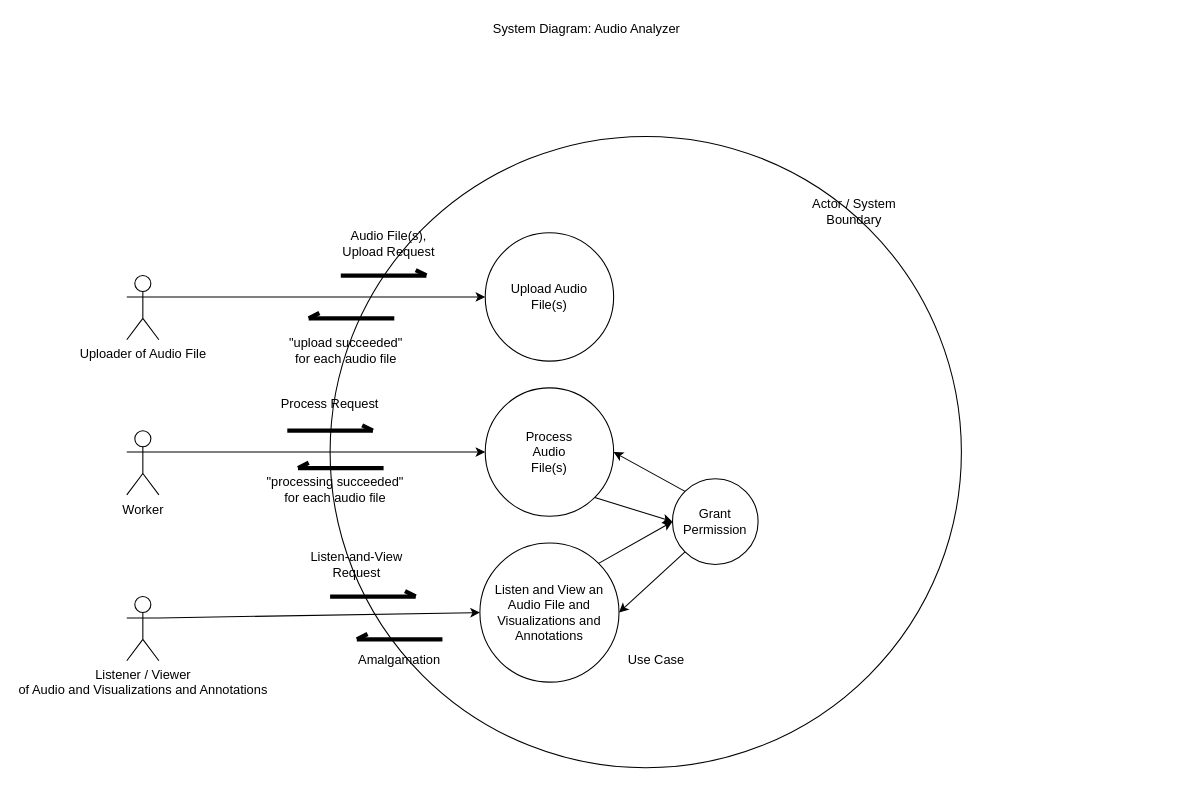
Above: System_Diagram--Audio_Analyzer.drawio in tslever/Audio_Analyzer (draw.io), before the change. Source tidied: cells renumbered, new cells numbered last; positions are measured from the earlier drawing's top-left corner, leaving out a move shared by most shapes. Both pictures are drawn from the tidied source at 107%, with x=0, y=0 at pixel (126, 18).
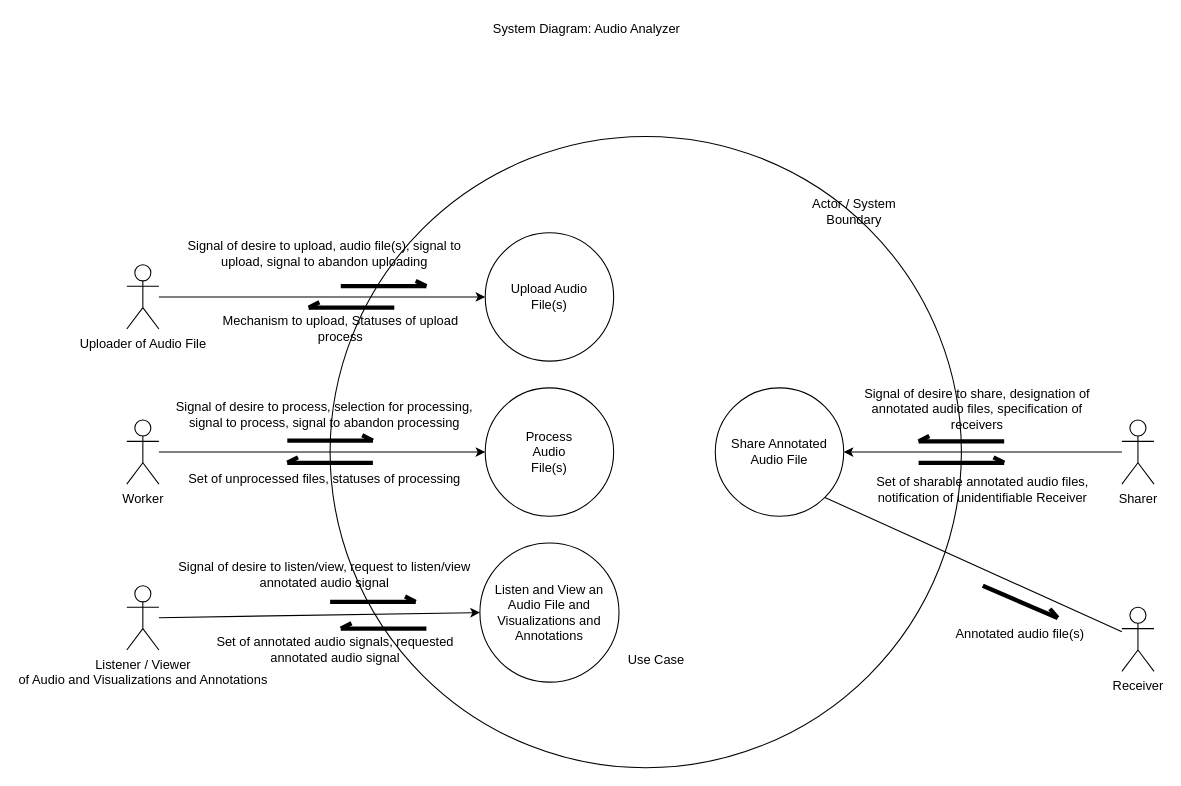
The same diagram, later.

Unchanged cells that the change refers to:
```xml
<mxCell id="9" style="ellipse;whiteSpace=wrap;html=1;" parent="1" vertex="1">
  <mxGeometry x="335" y="200" width="120" height="120" as="geometry" />
</mxCell>
<mxCell id="11" style="ellipse;whiteSpace=wrap;html=1;" parent="1" vertex="1">
  <mxGeometry x="330" y="490" width="130" height="130" as="geometry" />
</mxCell>
<mxCell id="25" style="ellipse;whiteSpace=wrap;html=1;" parent="1" vertex="1">
  <mxGeometry x="335" y="345" width="120" height="120" as="geometry" />
</mxCell>
```

The edit, as a diff of the source:
```diff
@@
     <mxCell id="4" value="Uploader of Audio File" style="shape=umlActor;verticalLabelPosition=bottom;verticalAlign=top;html=1;outlineConnect=0;" parent="1" vertex="1">
-      <mxGeometry y="240" width="30" height="60" as="geometry" />
+      <mxGeometry y="230" width="30" height="60" as="geometry" />
     </mxCell>
-    <mxCell id="5" style="endArrow=classic;html=1;entryX=0;entryY=0.5;entryDx=0;entryDy=0;exitX=1;exitY=0.3333333333333333;exitDx=0;exitDy=0;exitPerimeter=0;" parent="1" edge="1" source="4" target="9">
+    <mxCell id="5" style="endArrow=classic;html=1;entryX=0;entryY=0.5;entryDx=0;entryDy=0;" parent="1" edge="1" source="4" target="9">
       <mxGeometry relative="1" as="geometry" />
     </mxCell>
     <mxCell id="6" value="Listener / Viewer&lt;br&gt;of Audio and Visualizations and Annotations" style="shape=umlActor;verticalLabelPosition=bottom;verticalAlign=top;html=1;outlineConnect=0;" parent="1" vertex="1">
-      <mxGeometry y="540" width="30" height="60" as="geometry" />
+      <mxGeometry y="530" width="30" height="60" as="geometry" />
     </mxCell>
-    <mxCell id="7" style="endArrow=classic;html=1;exitX=1;exitY=0.3333333333333333;exitDx=0;exitDy=0;exitPerimeter=0;entryX=0;entryY=0.5;entryDx=0;entryDy=0;" parent="1" edge="1" source="6" target="11">
+    <mxCell id="7" style="endArrow=classic;html=1;entryX=0;entryY=0.5;entryDx=0;entryDy=0;" parent="1" edge="1" source="6" target="11">
       <mxGeometry relative="1" as="geometry" />
     </mxCell>
@@
-    <mxCell id="13" value="Audio File(s), Upload Request" style="text;html=1;strokeColor=none;fillColor=none;align=center;verticalAlign=middle;whiteSpace=wrap;rounded=0;" parent="1" vertex="1">
-      <mxGeometry x="200" y="200" width="90" height="20" as="geometry" />
+    <mxCell id="13" value="Signal of desire to upload, audio file(s), signal to upload, signal to abandon uploading" style="text;html=1;strokeColor=none;fillColor=none;align=center;verticalAlign=middle;whiteSpace=wrap;rounded=0;" parent="1" vertex="1">
+      <mxGeometry x="40" y="210" width="290" height="20" as="geometry" />
     </mxCell>
     <mxCell id="14" style="endArrow=openAsync;html=1;endFill=0;strokeWidth=4;" parent="1" edge="1">
       <mxGeometry relative="1" as="geometry">
-        <mxPoint x="200" y="240" as="sourcePoint" />
-        <mxPoint x="280" y="240" as="targetPoint" />
+        <mxPoint x="200" y="250" as="sourcePoint" />
+        <mxPoint x="280" y="250" as="targetPoint" />
       </mxGeometry>
     </mxCell>
     <mxCell id="15" style="endArrow=none;html=1;endFill=0;strokeWidth=4;startArrow=openAsync;startFill=0;" parent="1" edge="1">
       <mxGeometry relative="1" as="geometry">
-        <mxPoint x="170" y="280" as="sourcePoint" />
-        <mxPoint x="250" y="280" as="targetPoint" />
+        <mxPoint x="170" y="270" as="sourcePoint" />
+        <mxPoint x="250" y="270" as="targetPoint" />
       </mxGeometry>
     </mxCell>
-    <mxCell id="16" value="&quot;upload succeeded&quot; for each audio file" style="text;html=1;strokeColor=none;fillColor=none;align=center;verticalAlign=middle;whiteSpace=wrap;rounded=0;" parent="1" vertex="1">
-      <mxGeometry x="150" y="300" width="110" height="20" as="geometry" />
+    <mxCell id="16" value="Mechanism to upload, Statuses of upload process" style="text;html=1;strokeColor=none;fillColor=none;align=center;verticalAlign=middle;whiteSpace=wrap;rounded=0;" parent="1" vertex="1">
+      <mxGeometry x="70" y="280" width="260" height="20" as="geometry" />
     </mxCell>
     <mxCell id="17" style="endArrow=openAsync;html=1;endFill=0;strokeWidth=4;" parent="1" edge="1">
       <mxGeometry relative="1" as="geometry">
-        <mxPoint x="190" y="540" as="sourcePoint" />
-        <mxPoint x="270" y="540" as="targetPoint" />
+        <mxPoint x="190" y="545" as="sourcePoint" />
+        <mxPoint x="270" y="545" as="targetPoint" />
       </mxGeometry>
     </mxCell>
-    <mxCell id="18" value="Listen-and-View Request" style="text;html=1;strokeColor=none;fillColor=none;align=center;verticalAlign=middle;whiteSpace=wrap;rounded=0;" parent="1" vertex="1">
-      <mxGeometry x="170" y="500" width="90" height="20" as="geometry" />
+    <mxCell id="18" value="Signal of desire to listen/view, request to listen/view annotated audio signal" style="text;html=1;strokeColor=none;fillColor=none;align=center;verticalAlign=middle;whiteSpace=wrap;rounded=0;" parent="1" vertex="1">
+      <mxGeometry x="40" y="510" width="290" height="20" as="geometry" />
     </mxCell>
     <mxCell id="19" style="endArrow=none;html=1;endFill=0;strokeWidth=4;startArrow=openAsync;startFill=0;" parent="1" edge="1">
       <mxGeometry relative="1" as="geometry">
-        <mxPoint x="215" y="580" as="sourcePoint" />
-        <mxPoint x="295" y="580" as="targetPoint" />
+        <mxPoint x="200" y="570" as="sourcePoint" />
+        <mxPoint x="280" y="570" as="targetPoint" />
       </mxGeometry>
     </mxCell>
-    <mxCell id="20" value="Amalgamation" style="text;html=1;strokeColor=none;fillColor=none;align=center;verticalAlign=middle;whiteSpace=wrap;rounded=0;" parent="1" vertex="1">
-      <mxGeometry x="210" y="590" width="90" height="20" as="geometry" />
+    <mxCell id="20" value="Set of annotated audio signals, requested annotated audio signal" style="text;html=1;strokeColor=none;fillColor=none;align=center;verticalAlign=middle;whiteSpace=wrap;rounded=0;" parent="1" vertex="1">
+      <mxGeometry x="60" y="580" width="270" height="20" as="geometry" />
     </mxCell>
@@
-    <mxCell id="22" style="ellipse;whiteSpace=wrap;html=1;" parent="1" vertex="1">
-      <mxGeometry x="510" y="430" width="80" height="80" as="geometry" />
-    </mxCell>
-    <mxCell id="23" value="Grant Permission" style="text;html=1;strokeColor=none;fillColor=none;align=center;verticalAlign=middle;whiteSpace=wrap;rounded=0;" parent="1" vertex="1">
-      <mxGeometry x="530" y="460" width="40" height="20" as="geometry" />
-    </mxCell>
     <mxCell id="24" value="Worker" style="shape=umlActor;verticalLabelPosition=bottom;verticalAlign=top;html=1;outlineConnect=0;" parent="1" vertex="1">
-      <mxGeometry y="385" width="30" height="60" as="geometry" />
+      <mxGeometry y="375" width="30" height="60" as="geometry" />
     </mxCell>
@@
-    <mxCell id="26" style="endArrow=classic;html=1;exitX=1;exitY=0.3333333333333333;exitDx=0;exitDy=0;exitPerimeter=0;entryX=0;entryY=0.5;entryDx=0;entryDy=0;" parent="1" edge="1" source="24" target="25">
+    <mxCell id="26" style="endArrow=classic;html=1;entryX=0;entryY=0.5;entryDx=0;entryDy=0;" parent="1" edge="1" source="24" target="25">
       <mxGeometry relative="1" as="geometry" />
     </mxCell>
     <mxCell id="27" style="endArrow=openAsync;html=1;endFill=0;strokeWidth=4;" parent="1" edge="1">
       <mxGeometry relative="1" as="geometry">
-        <mxPoint x="150" y="385" as="sourcePoint" />
-        <mxPoint x="230" y="385" as="targetPoint" />
+        <mxPoint x="150" y="394.3" as="sourcePoint" />
+        <mxPoint x="230" y="394.3" as="targetPoint" />
       </mxGeometry>
     </mxCell>
-    <mxCell id="28" value="Process Request" style="text;html=1;strokeColor=none;fillColor=none;align=center;verticalAlign=middle;whiteSpace=wrap;rounded=0;" parent="1" vertex="1">
-      <mxGeometry x="140" y="350" width="100" height="20" as="geometry" />
+    <mxCell id="28" value="Signal of desire to process, selection for processing, signal to process, signal to abandon processing" style="text;html=1;strokeColor=none;fillColor=none;align=center;verticalAlign=middle;whiteSpace=wrap;rounded=0;" parent="1" vertex="1">
+      <mxGeometry x="40" y="360" width="290" height="20" as="geometry" />
     </mxCell>
     <mxCell id="29" style="endArrow=none;html=1;endFill=0;strokeWidth=4;startArrow=openAsync;startFill=0;" parent="1" edge="1">
       <mxGeometry relative="1" as="geometry">
-        <mxPoint x="160" y="420" as="sourcePoint" />
-        <mxPoint x="240" y="420" as="targetPoint" />
+        <mxPoint x="150" y="415" as="sourcePoint" />
+        <mxPoint x="230" y="415" as="targetPoint" />
       </mxGeometry>
     </mxCell>
-    <mxCell id="30" value="&quot;processing succeeded&quot; for each audio file" style="text;html=1;strokeColor=none;fillColor=none;align=center;verticalAlign=middle;whiteSpace=wrap;rounded=0;" parent="1" vertex="1">
-      <mxGeometry x="130" y="430" width="130" height="20" as="geometry" />
+    <mxCell id="30" value="Set of unprocessed files, statuses of processing" style="text;html=1;strokeColor=none;fillColor=none;align=center;verticalAlign=middle;whiteSpace=wrap;rounded=0;" parent="1" vertex="1">
+      <mxGeometry x="40" y="420" width="290" height="20" as="geometry" />
     </mxCell>
@@
-    <mxCell id="32" style="endArrow=classic;html=1;exitX=1;exitY=1;exitDx=0;exitDy=0;entryX=0;entryY=0.5;entryDx=0;entryDy=0;" parent="1" edge="1" source="25" target="22">
-      <mxGeometry relative="1" as="geometry" />
-    </mxCell>
-    <mxCell id="33" style="endArrow=classic;html=1;entryX=1;entryY=0.5;entryDx=0;entryDy=0;exitX=0;exitY=0;exitDx=0;exitDy=0;" parent="1" edge="1" source="22" target="25">
-      <mxGeometry relative="1" as="geometry" />
-    </mxCell>
-    <mxCell id="34" style="endArrow=classic;html=1;entryX=0;entryY=0.5;entryDx=0;entryDy=0;exitX=1;exitY=0;exitDx=0;exitDy=0;" parent="1" edge="1" source="11" target="22">
-      <mxGeometry relative="1" as="geometry" />
-    </mxCell>
-    <mxCell id="35" style="endArrow=classic;html=1;exitX=0;exitY=1;exitDx=0;exitDy=0;entryX=1;entryY=0.5;entryDx=0;entryDy=0;" parent="1" edge="1" source="22" target="11">
-      <mxGeometry relative="1" as="geometry" />
-    </mxCell>
+    <mxCell id="36" value="Sharer" style="shape=umlActor;verticalLabelPosition=bottom;verticalAlign=top;html=1;outlineConnect=0;" parent="1" vertex="1">
+      <mxGeometry x="930" y="375" width="30" height="60" as="geometry" />
+    </mxCell>
+    <mxCell id="37" style="ellipse;whiteSpace=wrap;html=1;" parent="1" vertex="1">
+      <mxGeometry x="550" y="345" width="120" height="120" as="geometry" />
+    </mxCell>
+    <mxCell id="38" style="endArrow=classic;html=1;entryX=1;entryY=0.5;entryDx=0;entryDy=0;" parent="1" edge="1" source="36" target="37">
+      <mxGeometry relative="1" as="geometry" />
+    </mxCell>
+    <mxCell id="39" value="Share Annotated Audio File" style="text;html=1;strokeColor=none;fillColor=none;align=center;verticalAlign=middle;whiteSpace=wrap;rounded=0;" parent="1" vertex="1">
+      <mxGeometry x="560" y="395" width="100" height="20" as="geometry" />
+    </mxCell>
+    <mxCell id="40" style="endArrow=none;html=1;endFill=0;strokeWidth=4;startArrow=openAsync;startFill=0;" parent="1" edge="1">
+      <mxGeometry relative="1" as="geometry">
+        <mxPoint x="740" y="395" as="sourcePoint" />
+        <mxPoint x="820" y="395" as="targetPoint" />
+      </mxGeometry>
+    </mxCell>
+    <mxCell id="41" value="Signal of desire to share, designation of annotated audio files, specification of receivers" style="text;html=1;strokeColor=none;fillColor=none;align=center;verticalAlign=middle;whiteSpace=wrap;rounded=0;" parent="1" vertex="1">
+      <mxGeometry x="670" y="350" width="250" height="30" as="geometry" />
+    </mxCell>
+    <mxCell id="42" style="endArrow=openAsync;html=1;endFill=0;strokeWidth=4;" parent="1" edge="1">
+      <mxGeometry relative="1" as="geometry">
+        <mxPoint x="740" y="415" as="sourcePoint" />
+        <mxPoint x="820" y="415" as="targetPoint" />
+      </mxGeometry>
+    </mxCell>
+    <mxCell id="43" value="Set of sharable annotated audio files, notification of unidentifiable Receiver" style="text;html=1;strokeColor=none;fillColor=none;align=center;verticalAlign=middle;whiteSpace=wrap;rounded=0;" parent="1" vertex="1">
+      <mxGeometry x="680" y="430" width="240" height="20" as="geometry" />
+    </mxCell>
+    <mxCell id="44" value="Receiver" style="shape=umlActor;verticalLabelPosition=bottom;verticalAlign=top;html=1;" parent="1" vertex="1">
+      <mxGeometry x="930" y="550" width="30" height="60" as="geometry" />
+    </mxCell>
+    <mxCell id="45" style="endArrow=none;html=1;exitX=1;exitY=1;exitDx=0;exitDy=0;" parent="1" edge="1" source="37">
+      <mxGeometry relative="1" as="geometry">
+        <mxPoint x="930" y="573" as="targetPoint" />
+      </mxGeometry>
+    </mxCell>
+    <mxCell id="46" style="endArrow=openAsync;html=1;endFill=0;strokeWidth=4;" parent="1" edge="1">
+      <mxGeometry relative="1" as="geometry">
+        <mxPoint x="800" y="530" as="sourcePoint" />
+        <mxPoint x="870" y="560" as="targetPoint" />
+      </mxGeometry>
+    </mxCell>
+    <mxCell id="47" value="Annotated audio file(s)" style="text;html=1;strokeColor=none;fillColor=none;align=center;verticalAlign=middle;whiteSpace=wrap;rounded=0;" parent="1" vertex="1">
+      <mxGeometry x="770" y="565" width="130" height="20" as="geometry" />
+    </mxCell>
```
